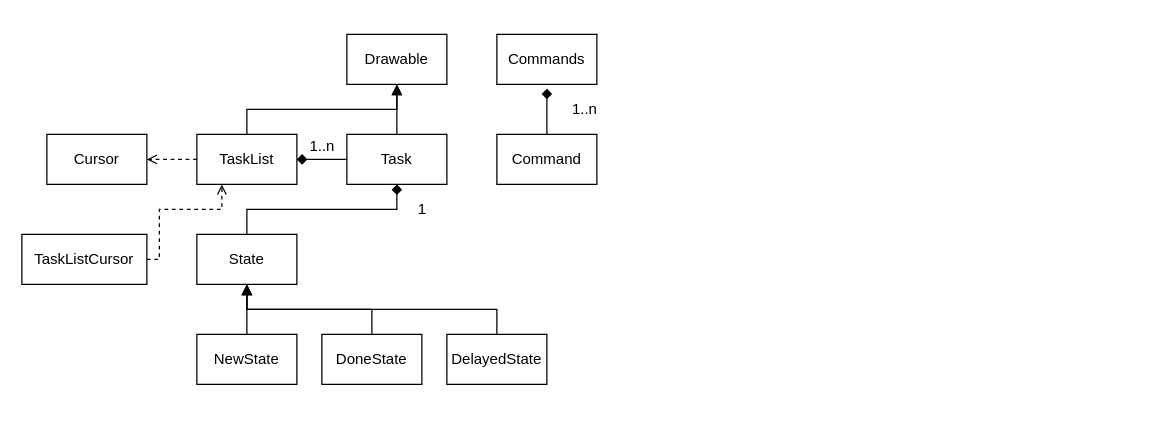
Above: page "Classes_Overview" (1 of 2) of doc/project.drawio in JiJogbf/GasConsoleTodo (draw.io), before the change. Source tidied: cells renumbered, new cells numbered last; positions are measured from the earlier drawing's top-left corner, leaving out a move shared by most shapes. Both pictures are drawn from the tidied source at 125%, with x=0, y=0 at pixel (21, 34).
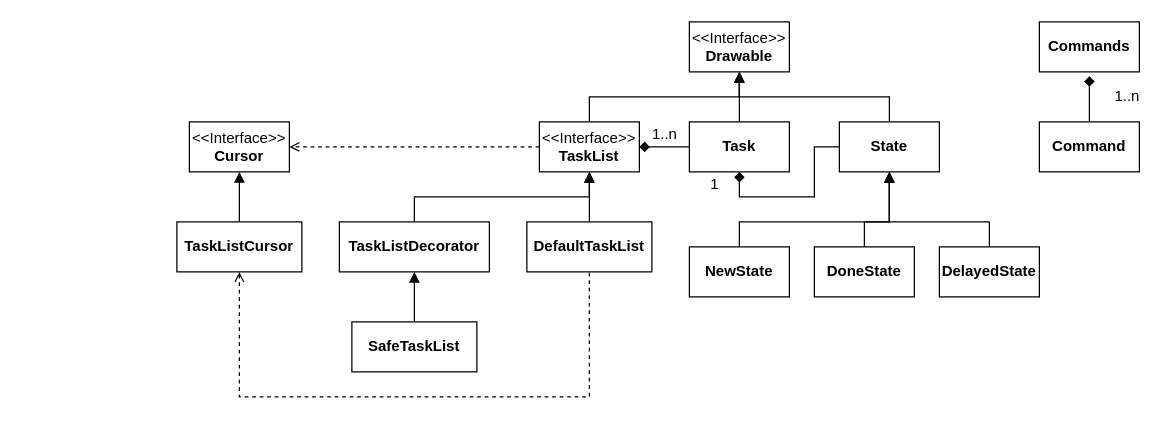
The same diagram, later.

The edit, as a diff of the source:
```diff
@@
-    <mxCell id="3" value="Command" style="rounded=0;whiteSpace=wrap;html=1;" parent="1" vertex="1">
-      <mxGeometry x="380" y="80" width="80" height="40" as="geometry" />
+    <mxCell id="3" value="&lt;b&gt;Command&lt;/b&gt;" style="rounded=0;whiteSpace=wrap;html=1;" parent="1" vertex="1">
+      <mxGeometry x="814" y="70" width="80" height="40" as="geometry" />
     </mxCell>
-    <mxCell id="4" value="Commands" style="rounded=0;whiteSpace=wrap;html=1;" parent="1" vertex="1">
-      <mxGeometry x="380" width="80" height="40" as="geometry" />
+    <mxCell id="4" value="&lt;b&gt;Commands&lt;/b&gt;" style="rounded=0;whiteSpace=wrap;html=1;" parent="1" vertex="1">
+      <mxGeometry x="814" y="-10" width="80" height="40" as="geometry" />
     </mxCell>
@@
-    <mxCell id="7" value="Task" style="rounded=0;whiteSpace=wrap;html=1;" parent="1" vertex="1">
-      <mxGeometry x="260" y="80" width="80" height="40" as="geometry" />
+    <mxCell id="7" value="&lt;b&gt;Task&lt;/b&gt;" style="rounded=0;whiteSpace=wrap;html=1;" parent="1" vertex="1">
+      <mxGeometry x="534" y="70" width="80" height="40" as="geometry" />
     </mxCell>
@@
-    <mxCell id="10" value="TaskList" style="rounded=0;whiteSpace=wrap;html=1;" parent="1" vertex="1">
-      <mxGeometry x="140" y="80" width="80" height="40" as="geometry" />
+    <mxCell id="10" value="&amp;lt;&amp;lt;Interface&amp;gt;&amp;gt;&lt;br&gt;&lt;b&gt;TaskList&lt;/b&gt;" style="rounded=0;whiteSpace=wrap;html=1;" parent="1" vertex="1">
+      <mxGeometry x="414" y="70" width="80" height="40" as="geometry" />
     </mxCell>
-    <mxCell id="11" style="edgeStyle=orthogonalEdgeStyle;rounded=0;jettySize=auto;html=1;exitX=0.5;exitY=0;exitDx=0;exitDy=0;entryX=0.5;entryY=1;entryDx=0;entryDy=0;endArrow=diamond;endFill=1;" parent="1" edge="1" source="12" target="7">
-      <mxGeometry relative="1" as="geometry" />
+    <mxCell id="11" style="edgeStyle=orthogonalEdgeStyle;rounded=0;jettySize=auto;html=1;exitX=0;exitY=0.5;exitDx=0;exitDy=0;entryX=0.5;entryY=1;entryDx=0;entryDy=0;endArrow=diamond;endFill=1;" parent="1" edge="1" source="12" target="7">
+      <mxGeometry relative="1" as="geometry">
+        <Array as="points">
+          <mxPoint x="634" y="90" />
+          <mxPoint x="634" y="130" />
+          <mxPoint x="574" y="130" />
+        </Array>
+      </mxGeometry>
     </mxCell>
+    <mxCell id="26" style="edgeStyle=orthogonalEdgeStyle;rounded=0;jettySize=auto;html=1;exitX=0.5;exitY=0;exitDx=0;exitDy=0;entryX=0.5;entryY=1;entryDx=0;entryDy=0;startArrow=none;startFill=0;endArrow=block;endFill=1;" parent="1" edge="1" source="12" target="21">
+      <mxGeometry relative="1" as="geometry" />
+    </mxCell>
-    <mxCell id="12" value="State" style="rounded=0;whiteSpace=wrap;html=1;" parent="1" vertex="1">
-      <mxGeometry x="140" y="160" width="80" height="40" as="geometry" />
+    <mxCell id="12" value="&lt;b&gt;State&lt;/b&gt;" style="rounded=0;whiteSpace=wrap;html=1;" parent="1" vertex="1">
+      <mxGeometry x="654" y="70" width="80" height="40" as="geometry" />
     </mxCell>
     <mxCell id="13" style="edgeStyle=orthogonalEdgeStyle;rounded=0;jettySize=auto;html=1;exitX=0.5;exitY=0;exitDx=0;exitDy=0;entryX=0.5;entryY=1;entryDx=0;entryDy=0;endArrow=block;endFill=1;" parent="1" edge="1" source="14" target="12">
-      <mxGeometry relative="1" as="geometry" />
+      <mxGeometry relative="1" as="geometry">
+        <Array as="points">
+          <mxPoint x="674" y="150" />
+          <mxPoint x="694" y="150" />
+        </Array>
+      </mxGeometry>
     </mxCell>
-    <mxCell id="14" value="DoneState" style="rounded=0;whiteSpace=wrap;html=1;" parent="1" vertex="1">
-      <mxGeometry x="240" y="240" width="80" height="40" as="geometry" />
+    <mxCell id="14" value="&lt;b&gt;DoneState&lt;/b&gt;" style="rounded=0;whiteSpace=wrap;html=1;" parent="1" vertex="1">
+      <mxGeometry x="634" y="170" width="80" height="40" as="geometry" />
     </mxCell>
     <mxCell id="15" style="edgeStyle=orthogonalEdgeStyle;rounded=0;jettySize=auto;html=1;exitX=0.5;exitY=0;exitDx=0;exitDy=0;entryX=0.5;entryY=1;entryDx=0;entryDy=0;endArrow=block;endFill=1;" parent="1" edge="1" source="16" target="12">
-      <mxGeometry relative="1" as="geometry" />
+      <mxGeometry relative="1" as="geometry">
+        <Array as="points">
+          <mxPoint x="574" y="150" />
+          <mxPoint x="694" y="150" />
+        </Array>
+      </mxGeometry>
     </mxCell>
-    <mxCell id="16" value="NewState" style="rounded=0;whiteSpace=wrap;html=1;" parent="1" vertex="1">
-      <mxGeometry x="140" y="240" width="80" height="40" as="geometry" />
+    <mxCell id="16" value="&lt;b&gt;NewState&lt;/b&gt;" style="rounded=0;whiteSpace=wrap;html=1;" parent="1" vertex="1">
+      <mxGeometry x="534" y="170" width="80" height="40" as="geometry" />
     </mxCell>
     <mxCell id="17" style="edgeStyle=orthogonalEdgeStyle;rounded=0;jettySize=auto;html=1;exitX=0.5;exitY=0;exitDx=0;exitDy=0;entryX=0.5;entryY=1;entryDx=0;entryDy=0;endArrow=block;endFill=1;" parent="1" edge="1" source="18" target="12">
-      <mxGeometry relative="1" as="geometry" />
+      <mxGeometry relative="1" as="geometry">
+        <Array as="points">
+          <mxPoint x="774" y="150" />
+          <mxPoint x="694" y="150" />
+        </Array>
+      </mxGeometry>
     </mxCell>
-    <mxCell id="18" value="DelayedState" style="rounded=0;whiteSpace=wrap;html=1;" parent="1" vertex="1">
-      <mxGeometry x="340" y="240" width="80" height="40" as="geometry" />
+    <mxCell id="18" value="&lt;b&gt;DelayedState&lt;/b&gt;" style="rounded=0;whiteSpace=wrap;html=1;" parent="1" vertex="1">
+      <mxGeometry x="734" y="170" width="80" height="40" as="geometry" />
     </mxCell>
     <mxCell id="19" value="1..n" style="text;html=1;align=center;verticalAlign=middle;" parent="1" vertex="1">
-      <mxGeometry x="220" y="80" width="40" height="20" as="geometry" />
+      <mxGeometry x="494" y="70" width="40" height="20" as="geometry" />
     </mxCell>
     <mxCell id="20" value="1" style="text;html=1;align=center;verticalAlign=middle;" parent="1" vertex="1">
-      <mxGeometry x="310" y="130" width="20" height="20" as="geometry" />
+      <mxGeometry x="544" y="110" width="20" height="20" as="geometry" />
     </mxCell>
-    <mxCell id="21" value="Drawable" style="rounded=0;whiteSpace=wrap;html=1;" parent="1" vertex="1">
-      <mxGeometry x="260" width="80" height="40" as="geometry" />
+    <mxCell id="21" value="&amp;lt;&amp;lt;Interface&amp;gt;&amp;gt;&lt;br&gt;&lt;b&gt;Drawable&lt;/b&gt;" style="rounded=0;whiteSpace=wrap;html=1;" parent="1" vertex="1">
+      <mxGeometry x="534" y="-10" width="80" height="40" as="geometry" />
     </mxCell>
     <mxCell id="22" value="1..n" style="text;html=1;align=center;verticalAlign=middle;" parent="1" vertex="1">
-      <mxGeometry x="430" y="50" width="40" height="20" as="geometry" />
+      <mxGeometry x="864" y="40" width="40" height="20" as="geometry" />
     </mxCell>
-    <mxCell id="23" value="Cursor" style="rounded=0;whiteSpace=wrap;html=1;" parent="1" vertex="1">
-      <mxGeometry x="20" y="80" width="80" height="40" as="geometry" />
+    <mxCell id="23" value="&amp;lt;&amp;lt;Interface&amp;gt;&amp;gt;&lt;br&gt;&lt;b&gt;Cursor&lt;/b&gt;" style="rounded=0;whiteSpace=wrap;html=1;" parent="1" vertex="1">
+      <mxGeometry x="134" y="70" width="80" height="40" as="geometry" />
     </mxCell>
-    <mxCell id="24" style="edgeStyle=orthogonalEdgeStyle;rounded=0;jettySize=auto;html=1;exitX=1;exitY=0.5;exitDx=0;exitDy=0;entryX=0.25;entryY=1;entryDx=0;entryDy=0;dashed=1;endArrow=open;endFill=0;" parent="1" edge="1" source="25" target="10">
-      <mxGeometry relative="1" as="geometry">
-        <Array as="points">
-          <mxPoint x="110" y="180" />
-          <mxPoint x="110" y="140" />
-          <mxPoint x="160" y="140" />
-        </Array>
-      </mxGeometry>
-    </mxCell>
+    <mxCell id="27" style="edgeStyle=orthogonalEdgeStyle;rounded=0;jettySize=auto;html=1;exitX=0.5;exitY=0;exitDx=0;exitDy=0;entryX=0.5;entryY=1;entryDx=0;entryDy=0;endArrow=block;endFill=1;" parent="1" edge="1" source="25" target="23">
+      <mxGeometry relative="1" as="geometry" />
+    </mxCell>
+    <mxCell id="28" style="edgeStyle=orthogonalEdgeStyle;rounded=0;jettySize=auto;html=1;exitX=0.5;exitY=1;exitDx=0;exitDy=0;entryX=0.5;entryY=1;entryDx=0;entryDy=0;endArrow=none;endFill=0;startArrow=open;startFill=0;dashed=1;" parent="1" edge="1" source="25" target="30">
+      <mxGeometry relative="1" as="geometry">
+        <Array as="points">
+          <mxPoint x="174" y="290" />
+          <mxPoint x="454" y="290" />
+        </Array>
+      </mxGeometry>
+    </mxCell>
-    <mxCell id="25" value="TaskListCursor" style="rounded=0;whiteSpace=wrap;html=1;" parent="1" vertex="1">
-      <mxGeometry y="160" width="100" height="40" as="geometry" />
+    <mxCell id="25" value="&lt;b&gt;TaskListCursor&lt;/b&gt;" style="rounded=0;whiteSpace=wrap;html=1;" parent="1" vertex="1">
+      <mxGeometry x="124" y="150" width="100" height="40" as="geometry" />
     </mxCell>
+    <mxCell id="29" style="edgeStyle=orthogonalEdgeStyle;rounded=0;jettySize=auto;html=1;exitX=0.5;exitY=0;exitDx=0;exitDy=0;entryX=0.5;entryY=1;entryDx=0;entryDy=0;endArrow=block;endFill=1;" parent="1" edge="1" source="30" target="10">
+      <mxGeometry relative="1" as="geometry" />
+    </mxCell>
+    <mxCell id="30" value="&lt;b&gt;DefaultTaskList&lt;/b&gt;" style="rounded=0;whiteSpace=wrap;html=1;" parent="1" vertex="1">
+      <mxGeometry x="404" y="150" width="100" height="40" as="geometry" />
+    </mxCell>
+    <mxCell id="31" style="edgeStyle=orthogonalEdgeStyle;rounded=0;jettySize=auto;html=1;exitX=0.5;exitY=0;exitDx=0;exitDy=0;entryX=0.5;entryY=1;entryDx=0;entryDy=0;endArrow=block;endFill=1;" parent="1" edge="1" source="32" target="34">
+      <mxGeometry relative="1" as="geometry" />
+    </mxCell>
+    <mxCell id="32" value="&lt;b&gt;SafeTaskList&lt;/b&gt;" style="rounded=0;whiteSpace=wrap;html=1;" parent="1" vertex="1">
+      <mxGeometry x="264" y="230" width="100" height="40" as="geometry" />
+    </mxCell>
+    <mxCell id="33" style="edgeStyle=orthogonalEdgeStyle;rounded=0;jettySize=auto;html=1;exitX=0.5;exitY=0;exitDx=0;exitDy=0;entryX=0.5;entryY=1;entryDx=0;entryDy=0;endArrow=block;endFill=1;" parent="1" edge="1" source="34" target="10">
+      <mxGeometry relative="1" as="geometry" />
+    </mxCell>
+    <mxCell id="34" value="&lt;b&gt;TaskListDecorator&lt;/b&gt;" style="rounded=0;whiteSpace=wrap;html=1;" parent="1" vertex="1">
+      <mxGeometry x="254" y="150" width="120" height="40" as="geometry" />
+    </mxCell>
```
